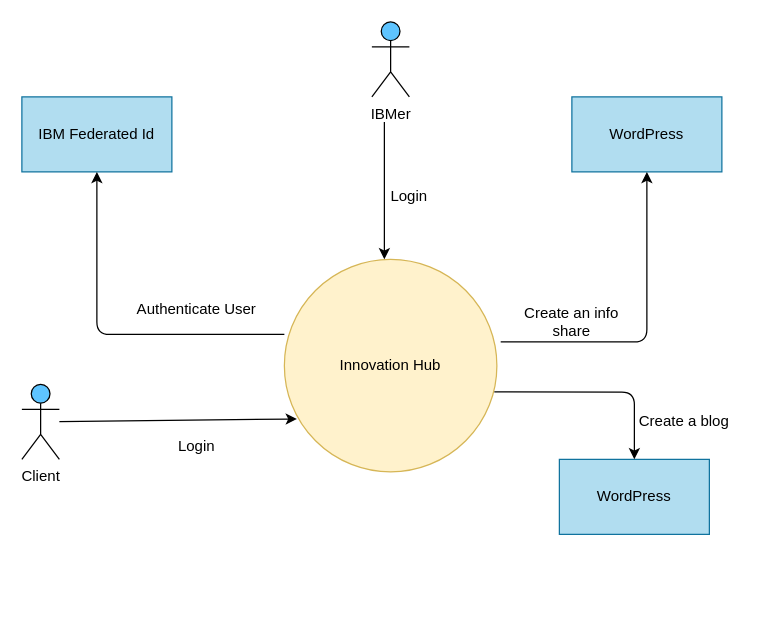
The draw.io diagram System_Context_Innovation_Hub.drawio in bhagyaravi/knative-ocp-3.11, before the edit. Source tidied: cells renumbered, new cells numbered last; positions are measured from the earlier drawing's top-left corner, leaving out a move shared by most shapes. Both pictures are drawn from the tidied source at 125%, with x=0, y=0 at pixel (21, 21).
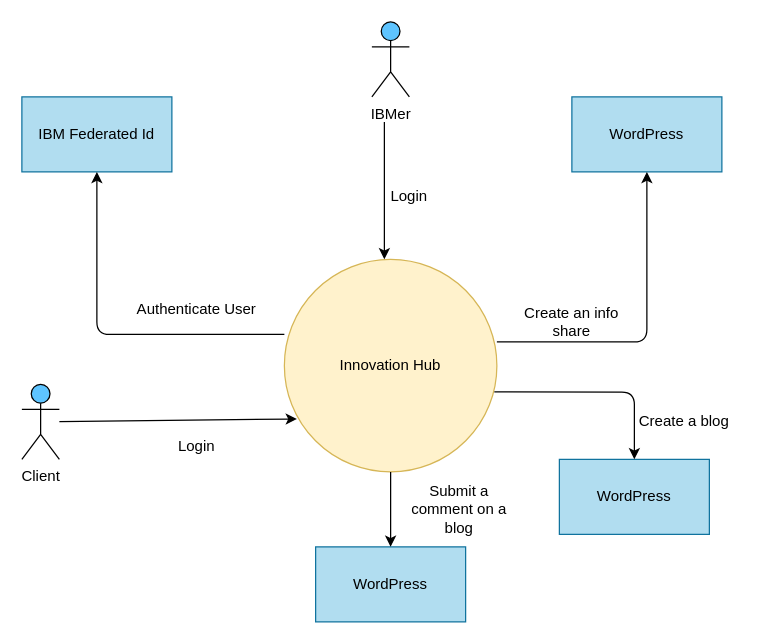
The same diagram, later.

The change refers to these unchanged cells:
```xml
<mxCell id="2" value="Innovation Hub" style="ellipse;whiteSpace=wrap;html=1;fillColor=#fff2cc;strokeColor=#d6b656;" parent="1" vertex="1">
  <mxGeometry x="210" y="190" width="170" height="170" as="geometry" />
</mxCell>
<mxCell id="12" value="WordPress" style="rounded=0;whiteSpace=wrap;html=1;fillColor=#b1ddf0;strokeColor=#10739e;" parent="1" vertex="1">
  <mxGeometry x="440" y="60" width="120" height="60" as="geometry" />
</mxCell>
```

Diff of the diagram source:
```diff
@@
-    <mxCell id="13" style="edgeStyle=segmentEdgeStyle;endArrow=classic;html=1;exitX=1.018;exitY=0.388;exitDx=0;exitDy=0;exitPerimeter=0;entryX=0.5;entryY=1;entryDx=0;entryDy=0;" parent="1" edge="1" source="2" target="12">
-      <mxGeometry relative="1" as="geometry" />
+    <mxCell id="13" style="edgeStyle=segmentEdgeStyle;endArrow=classic;html=1;entryX=0.5;entryY=1;entryDx=0;entryDy=0;" parent="1" edge="1" target="12">
+      <mxGeometry relative="1" as="geometry">
+        <mxPoint x="380" y="256" as="sourcePoint" />
+      </mxGeometry>
     </mxCell>
@@
+    <mxCell id="18" value="WordPress" style="rounded=0;whiteSpace=wrap;html=1;fillColor=#b1ddf0;strokeColor=#10739e;" parent="1" vertex="1">
+      <mxGeometry x="235" y="420" width="120" height="60" as="geometry" />
+    </mxCell>
+    <mxCell id="19" style="edgeStyle=segmentEdgeStyle;endArrow=classic;html=1;exitX=0.5;exitY=1;exitDx=0;exitDy=0;entryX=0.5;entryY=0;entryDx=0;entryDy=0;" parent="1" edge="1" source="2" target="18">
+      <mxGeometry relative="1" as="geometry" />
+    </mxCell>
+    <mxCell id="20" value="Submit a comment on a blog" style="text;html=1;strokeColor=none;fillColor=none;align=center;verticalAlign=middle;whiteSpace=wrap;rounded=0;" parent="1" vertex="1">
+      <mxGeometry x="300" y="370" width="100" height="40" as="geometry" />
+    </mxCell>
```
